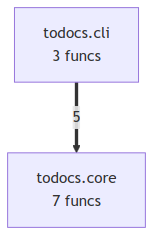
The Mermaid diagram project/compact_flow.png in wronai/todocs, before a commit. Its source is kept beside it as project/compact_flow.mmd. Source of this version:
```mermaid
flowchart TD
    todocs_cli["todocs.cli<br/>3 funcs"]
    todocs_core["todocs.core<br/>7 funcs"]
    todocs_cli ==>|5| todocs_core
```
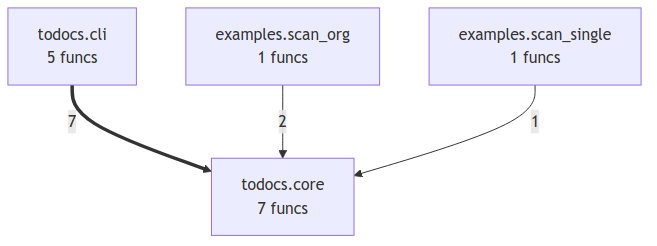
After the change.

The edit, as a diff of the source:
```diff
@@ -1,4 +1,8 @@
 flowchart TD
-    todocs_cli["todocs.cli<br/>3 funcs"]
+    examples_scan_org["examples.scan_org<br/>1 funcs"]
+    examples_scan_single["examples.scan_single<br/>1 funcs"]
+    todocs_cli["todocs.cli<br/>5 funcs"]
     todocs_core["todocs.core<br/>7 funcs"]
-    todocs_cli ==>|5| todocs_core
+    todocs_cli ==>|7| todocs_core
+    examples_scan_org -->|2| todocs_core
+    examples_scan_single -->|1| todocs_core
```
